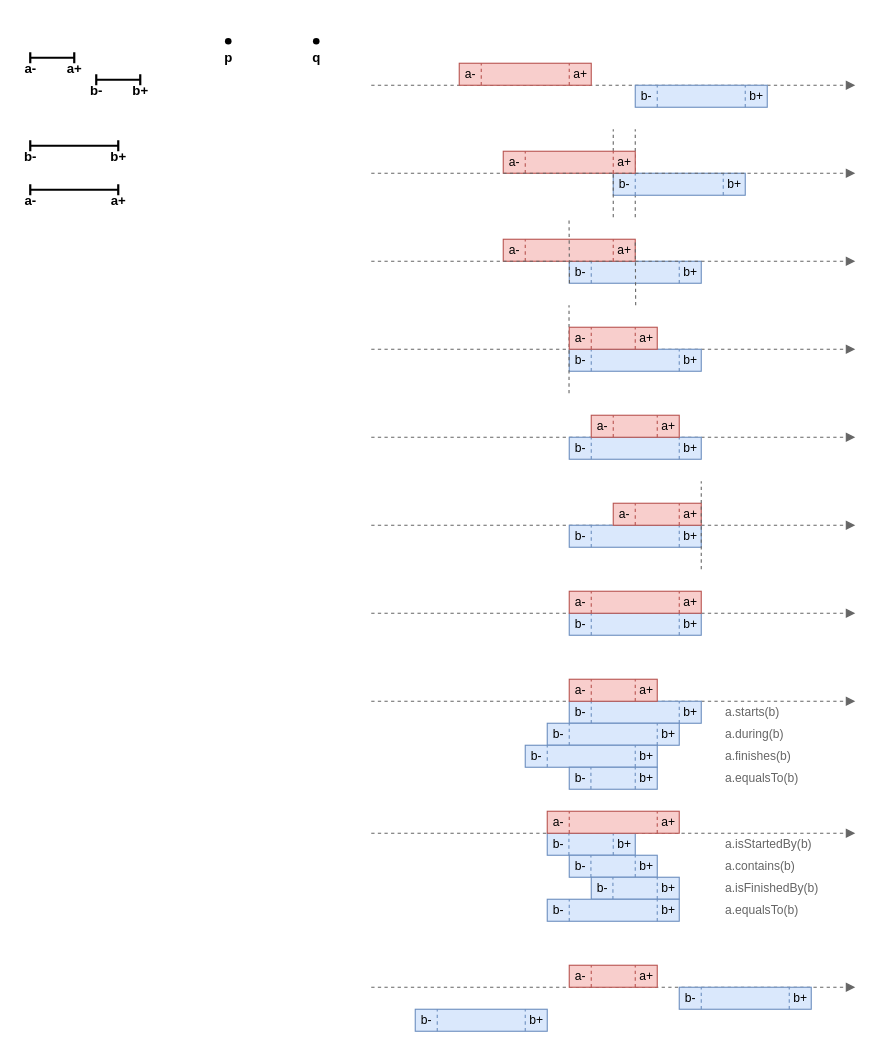
gchudnov/mindthegap keeps this draw.io diagram as page "Relations-Src" (4 of 4) of res/resources.drawio. Above is the earlier version. Source tidied: cells renumbered, new cells numbered last; positions are measured from the earlier drawing's top-left corner, leaving out a move shared by most shapes. Both pictures are drawn from the tidied source at 110%, with x=0, y=0 at pixel (19, 19).
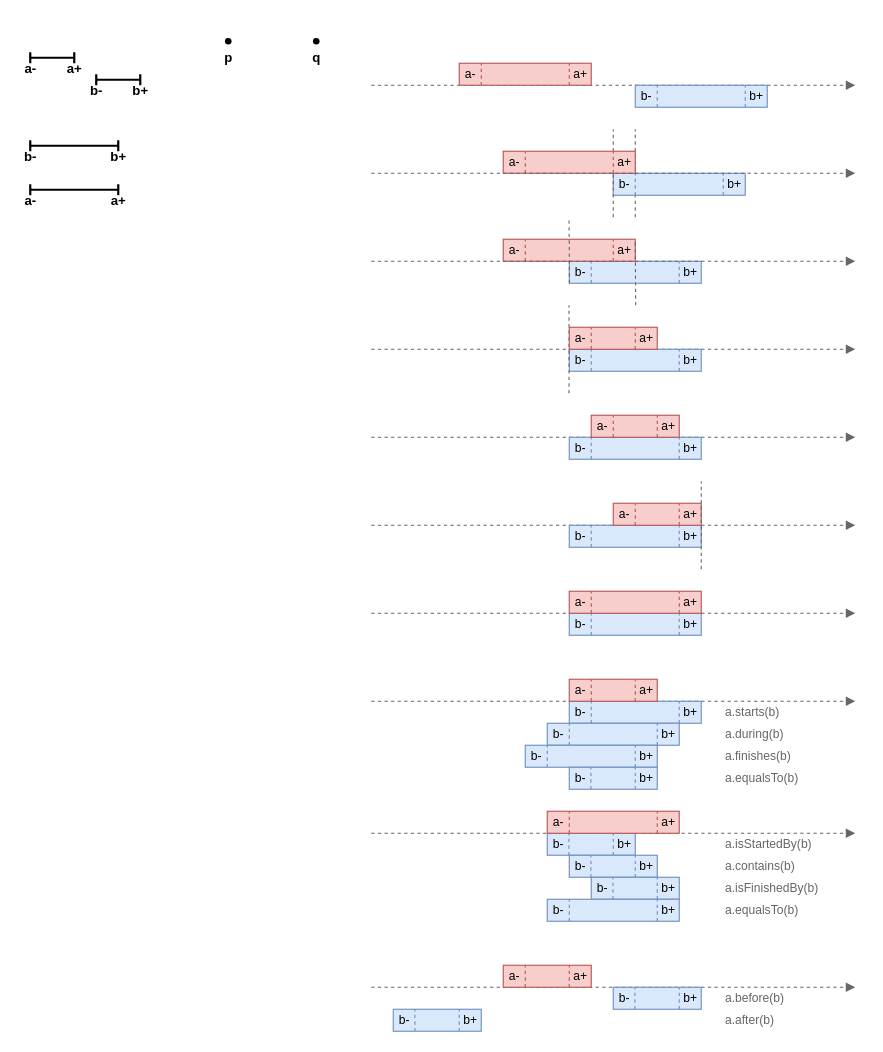
After the change.

Change to the diagram source:
```diff
@@
-    <mxCell id="188" style="group;" parent="1" vertex="1">
-      <mxGeometry x="600" y="880" width="120" height="20" as="geometry" />
-    </mxCell>
-    <mxCell id="189" style="rounded=0;whiteSpace=wrap;html=1;fontSize=12;strokeWidth=1;fillColor=#dae8fc;strokeColor=#6c8ebf;" parent="188" vertex="1">
-      <mxGeometry width="120" height="20" as="geometry" />
-    </mxCell>
-    <mxCell id="190" value="b-" style="text;html=1;strokeColor=none;fillColor=none;align=center;verticalAlign=middle;rounded=0;fontSize=11;" parent="188" vertex="1">
-      <mxGeometry width="20" height="20" as="geometry" />
-    </mxCell>
-    <mxCell id="191" value="b+" style="text;strokeColor=none;fillColor=none;align=center;verticalAlign=middle;rounded=0;fontSize=11;html=1;spacing=2;" parent="188" vertex="1">
-      <mxGeometry x="100" width="20" height="20" as="geometry" />
-    </mxCell>
-    <mxCell id="192" style="endArrow=none;dashed=1;html=1;strokeWidth=1;fontSize=11;fillColor=#dae8fc;strokeColor=#6c8ebf;" parent="188" edge="1">
-      <mxGeometry relative="1" as="geometry">
-        <mxPoint x="100" y="20" as="sourcePoint" />
-        <mxPoint x="100" as="targetPoint" />
-      </mxGeometry>
-    </mxCell>
-    <mxCell id="193" style="endArrow=none;dashed=1;html=1;strokeWidth=1;fontSize=11;fillColor=#dae8fc;strokeColor=#6c8ebf;" parent="188" edge="1">
-      <mxGeometry relative="1" as="geometry">
-        <mxPoint x="20" y="20" as="sourcePoint" />
-        <mxPoint x="20" as="targetPoint" />
-      </mxGeometry>
-    </mxCell>
     <mxCell id="194" style="group;" parent="1" vertex="1">
-      <mxGeometry x="500" y="860" width="80" height="20" as="geometry" />
+      <mxGeometry x="440" y="860" width="80" height="20" as="geometry" />
     </mxCell>
@@
-    <mxCell id="200" style="group;" parent="1" vertex="1">
-      <mxGeometry x="360" y="900" width="120" height="20" as="geometry" />
-    </mxCell>
-    <mxCell id="201" style="rounded=0;whiteSpace=wrap;html=1;fontSize=12;strokeWidth=1;fillColor=#dae8fc;strokeColor=#6c8ebf;" parent="200" vertex="1">
-      <mxGeometry width="120" height="20" as="geometry" />
-    </mxCell>
-    <mxCell id="202" value="b-" style="text;html=1;strokeColor=none;fillColor=none;align=center;verticalAlign=middle;rounded=0;fontSize=11;" parent="200" vertex="1">
-      <mxGeometry width="20" height="20" as="geometry" />
-    </mxCell>
-    <mxCell id="203" value="b+" style="text;strokeColor=none;fillColor=none;align=center;verticalAlign=middle;rounded=0;fontSize=11;html=1;spacing=2;" parent="200" vertex="1">
-      <mxGeometry x="100" width="20" height="20" as="geometry" />
-    </mxCell>
-    <mxCell id="204" style="endArrow=none;dashed=1;html=1;strokeWidth=1;fontSize=11;fillColor=#dae8fc;strokeColor=#6c8ebf;" parent="200" edge="1">
-      <mxGeometry relative="1" as="geometry">
-        <mxPoint x="100" y="20" as="sourcePoint" />
-        <mxPoint x="100" as="targetPoint" />
-      </mxGeometry>
-    </mxCell>
-    <mxCell id="205" style="endArrow=none;dashed=1;html=1;strokeWidth=1;fontSize=11;fillColor=#dae8fc;strokeColor=#6c8ebf;" parent="200" edge="1">
-      <mxGeometry relative="1" as="geometry">
-        <mxPoint x="20" y="20" as="sourcePoint" />
-        <mxPoint x="20" as="targetPoint" />
-      </mxGeometry>
-    </mxCell>
+    <mxCell id="206" style="group;" parent="1" vertex="1">
+      <mxGeometry x="340" y="900" width="80" height="20" as="geometry" />
+    </mxCell>
+    <mxCell id="207" style="rounded=0;whiteSpace=wrap;html=1;fontSize=12;strokeWidth=1;fillColor=#dae8fc;strokeColor=#6c8ebf;" parent="206" vertex="1">
+      <mxGeometry width="80" height="20" as="geometry" />
+    </mxCell>
+    <mxCell id="208" value="b-" style="text;html=1;strokeColor=none;fillColor=none;align=center;verticalAlign=middle;rounded=0;fontSize=11;" parent="206" vertex="1">
+      <mxGeometry width="20" height="20" as="geometry" />
+    </mxCell>
+    <mxCell id="209" value="b+" style="text;strokeColor=none;fillColor=none;align=center;verticalAlign=middle;rounded=0;fontSize=11;html=1;spacing=2;" parent="206" vertex="1">
+      <mxGeometry x="60" width="20" height="20" as="geometry" />
+    </mxCell>
+    <mxCell id="210" style="endArrow=none;dashed=1;html=1;strokeWidth=1;fontSize=11;fillColor=#dae8fc;strokeColor=#6c8ebf;" parent="206" edge="1">
+      <mxGeometry relative="1" as="geometry">
+        <mxPoint x="60" y="20" as="sourcePoint" />
+        <mxPoint x="60" as="targetPoint" />
+      </mxGeometry>
+    </mxCell>
+    <mxCell id="211" style="endArrow=none;dashed=1;html=1;strokeWidth=1;fontSize=11;fillColor=#dae8fc;strokeColor=#6c8ebf;" parent="206" edge="1">
+      <mxGeometry relative="1" as="geometry">
+        <mxPoint x="19.7" y="20" as="sourcePoint" />
+        <mxPoint x="19.7" as="targetPoint" />
+      </mxGeometry>
+    </mxCell>
+    <mxCell id="212" style="group;" parent="1" vertex="1">
+      <mxGeometry x="540" y="880" width="80" height="20" as="geometry" />
+    </mxCell>
+    <mxCell id="213" style="rounded=0;whiteSpace=wrap;html=1;fontSize=12;strokeWidth=1;fillColor=#dae8fc;strokeColor=#6c8ebf;" parent="212" vertex="1">
+      <mxGeometry width="80" height="20" as="geometry" />
+    </mxCell>
+    <mxCell id="214" value="b-" style="text;html=1;strokeColor=none;fillColor=none;align=center;verticalAlign=middle;rounded=0;fontSize=11;" parent="212" vertex="1">
+      <mxGeometry width="20" height="20" as="geometry" />
+    </mxCell>
+    <mxCell id="215" value="b+" style="text;strokeColor=none;fillColor=none;align=center;verticalAlign=middle;rounded=0;fontSize=11;html=1;spacing=2;" parent="212" vertex="1">
+      <mxGeometry x="60" width="20" height="20" as="geometry" />
+    </mxCell>
+    <mxCell id="216" style="endArrow=none;dashed=1;html=1;strokeWidth=1;fontSize=11;fillColor=#dae8fc;strokeColor=#6c8ebf;" parent="212" edge="1">
+      <mxGeometry relative="1" as="geometry">
+        <mxPoint x="60" y="20" as="sourcePoint" />
+        <mxPoint x="60" as="targetPoint" />
+      </mxGeometry>
+    </mxCell>
+    <mxCell id="217" style="endArrow=none;dashed=1;html=1;strokeWidth=1;fontSize=11;fillColor=#dae8fc;strokeColor=#6c8ebf;" parent="212" edge="1">
+      <mxGeometry relative="1" as="geometry">
+        <mxPoint x="19.7" y="20" as="sourcePoint" />
+        <mxPoint x="19.7" as="targetPoint" />
+      </mxGeometry>
+    </mxCell>
+    <mxCell id="218" value="a.before(b)" style="text;html=1;strokeColor=none;fillColor=none;align=left;verticalAlign=middle;whiteSpace=wrap;rounded=0;fontSize=11;fontColor=#666666;" parent="1" vertex="1">
+      <mxGeometry x="640" y="880" width="80" height="20" as="geometry" />
+    </mxCell>
+    <mxCell id="219" value="a.after(b)" style="text;html=1;strokeColor=none;fillColor=none;align=left;verticalAlign=middle;whiteSpace=wrap;rounded=0;fontSize=11;fontColor=#666666;" parent="1" vertex="1">
+      <mxGeometry x="640" y="900" width="80" height="20" as="geometry" />
+    </mxCell>
```
